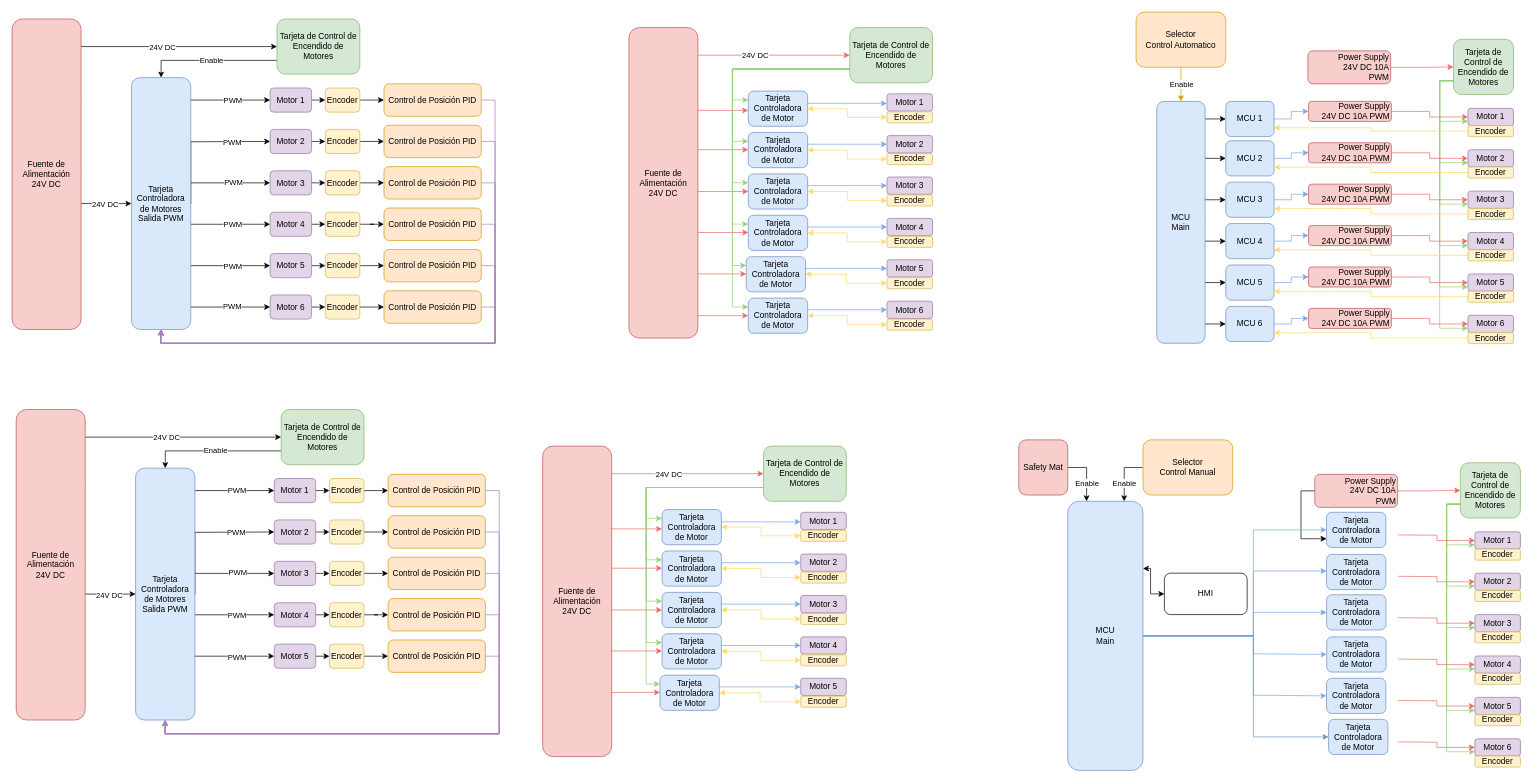
The draw.io diagram MIR/Untitled Diagram.drawio in fgomez1211/Personal, before the edit. Source tidied: cells renumbered, new cells numbered last; positions are measured from the earlier drawing's top-left corner, leaving out a move shared by most shapes. Both pictures are drawn from the tidied source at 69%, with x=0, y=0 at pixel (12, 12).
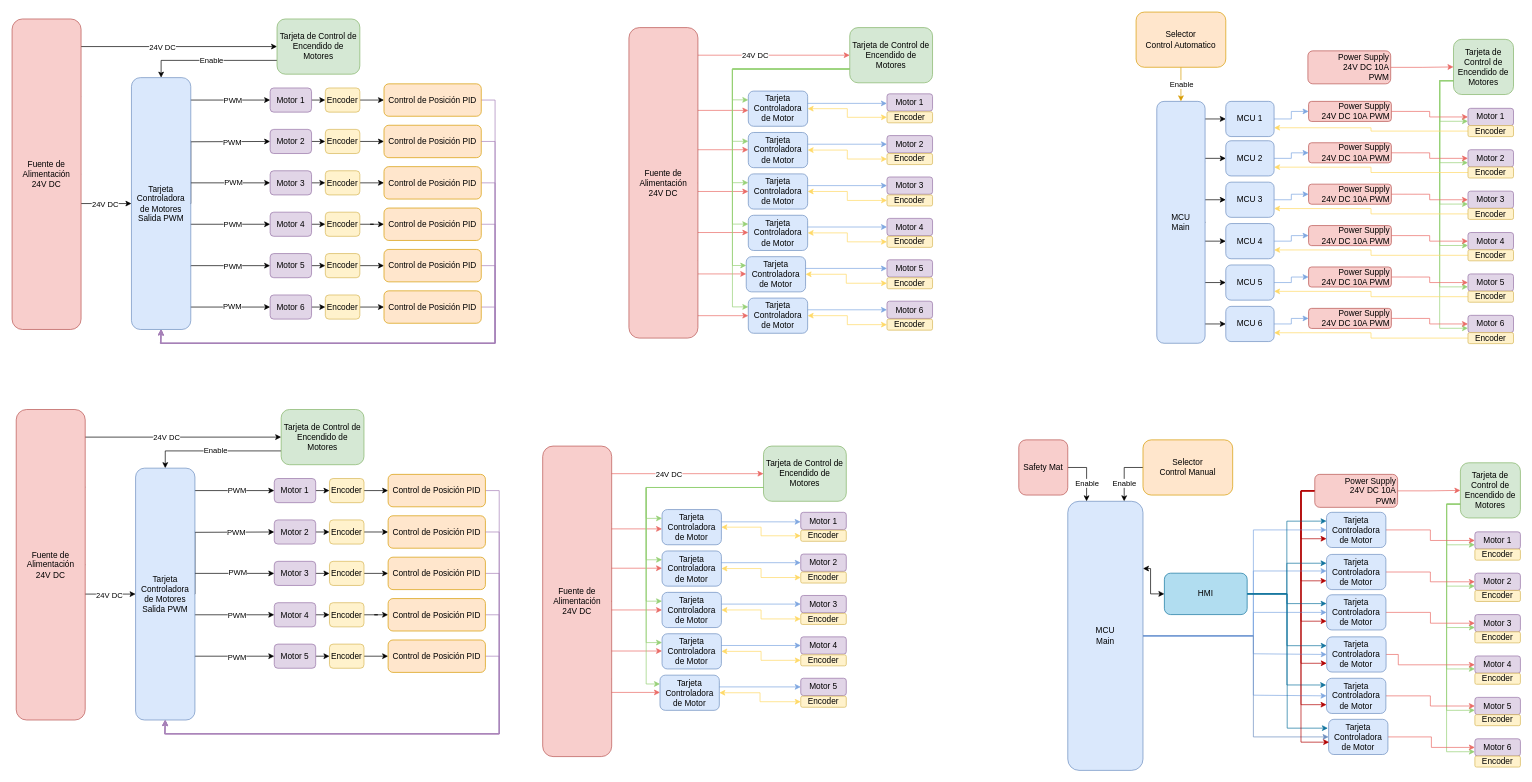
The same diagram, later.

The change refers to these unchanged cells:
```xml
<mxCell id="256" value="Power Supply&lt;br style=&quot;border-color: var(--border-color);&quot;&gt;&lt;span style=&quot;&quot;&gt;24V DC 10A&lt;/span&gt;&lt;br style=&quot;border-color: var(--border-color);&quot;&gt;&lt;span style=&quot;&quot;&gt;PWM&lt;/span&gt;" style="rounded=1;whiteSpace=wrap;html=1;fillColor=#f8cecc;strokeColor=#b85450;align=right;" parent="1" vertex="1">
  <mxGeometry x="1888" y="670" width="120" height="47.8" as="geometry" />
</mxCell>
<mxCell id="264" value="Motor 1" style="rounded=1;whiteSpace=wrap;html=1;fillColor=#e1d5e7;strokeColor=#9673a6;" parent="1" vertex="1">
  <mxGeometry x="2120" y="753.3" width="66" height="25" as="geometry" />
</mxCell>
<mxCell id="266" value="Motor 2" style="rounded=1;whiteSpace=wrap;html=1;fillColor=#e1d5e7;strokeColor=#9673a6;" parent="1" vertex="1">
  <mxGeometry x="2120" y="813.2" width="66" height="25" as="geometry" />
</mxCell>
<mxCell id="268" value="Motor 3" style="rounded=1;whiteSpace=wrap;html=1;fillColor=#e1d5e7;strokeColor=#9673a6;" parent="1" vertex="1">
  <mxGeometry x="2120" y="873.2" width="66" height="25" as="geometry" />
</mxCell>
<mxCell id="270" value="Motor 4" style="rounded=1;whiteSpace=wrap;html=1;fillColor=#e1d5e7;strokeColor=#9673a6;" parent="1" vertex="1">
  <mxGeometry x="2120" y="933.2" width="66" height="25" as="geometry" />
</mxCell>
<mxCell id="272" value="Motor 5" style="rounded=1;whiteSpace=wrap;html=1;fillColor=#e1d5e7;strokeColor=#9673a6;" parent="1" vertex="1">
  <mxGeometry x="2120" y="993.2" width="66" height="25" as="geometry" />
</mxCell>
<mxCell id="274" value="Motor 6" style="rounded=1;whiteSpace=wrap;html=1;fillColor=#e1d5e7;strokeColor=#9673a6;" parent="1" vertex="1">
  <mxGeometry x="2120" y="1053.2" width="66" height="25" as="geometry" />
</mxCell>
<mxCell id="297" value="Tarjeta Controladora de Motor" style="rounded=1;whiteSpace=wrap;html=1;fillColor=#dae8fc;strokeColor=#6c8ebf;" parent="1" vertex="1">
  <mxGeometry x="1905" y="725" width="86" height="51" as="geometry" />
</mxCell>
<mxCell id="298" value="Tarjeta Controladora de Motor" style="rounded=1;whiteSpace=wrap;html=1;fillColor=#dae8fc;strokeColor=#6c8ebf;" parent="1" vertex="1">
  <mxGeometry x="1905" y="786" width="86" height="51" as="geometry" />
</mxCell>
<mxCell id="299" value="Tarjeta Controladora de Motor" style="rounded=1;whiteSpace=wrap;html=1;fillColor=#dae8fc;strokeColor=#6c8ebf;" parent="1" vertex="1">
  <mxGeometry x="1905.1" y="844.5" width="86" height="51" as="geometry" />
</mxCell>
<mxCell id="300" value="Tarjeta Controladora de Motor" style="rounded=1;whiteSpace=wrap;html=1;fillColor=#dae8fc;strokeColor=#6c8ebf;" parent="1" vertex="1">
  <mxGeometry x="1905.3" y="905.5" width="86" height="51" as="geometry" />
</mxCell>
<mxCell id="301" value="Tarjeta Controladora de Motor" style="rounded=1;whiteSpace=wrap;html=1;fillColor=#dae8fc;strokeColor=#6c8ebf;" parent="1" vertex="1">
  <mxGeometry x="1905" y="965.5" width="86" height="51" as="geometry" />
</mxCell>
<mxCell id="302" value="Tarjeta Controladora de Motor" style="rounded=1;whiteSpace=wrap;html=1;fillColor=#dae8fc;strokeColor=#6c8ebf;" parent="1" vertex="1">
  <mxGeometry x="1908" y="1025" width="86" height="51" as="geometry" />
</mxCell>
```

What changed in the source:
```diff
@@
-    <mxCell id="255" style="edgeStyle=orthogonalEdgeStyle;rounded=0;jettySize=auto;html=1;exitX=0;exitY=0.5;exitDx=0;exitDy=0;entryX=0;entryY=0.75;entryDx=0;entryDy=0;" parent="1" edge="1" source="256" target="297">
+    <mxCell id="255" style="edgeStyle=orthogonalEdgeStyle;rounded=0;jettySize=auto;html=1;exitX=0;exitY=0.5;exitDx=0;exitDy=0;entryX=0;entryY=0.75;entryDx=0;entryDy=0;fillColor=#e51400;strokeColor=#B20000;" parent="1" edge="1" source="256" target="297">
       <mxGeometry relative="1" as="geometry" />
     </mxCell>
+    <mxCell id="303" style="edgeStyle=orthogonalEdgeStyle;rounded=0;jettySize=auto;html=1;exitX=0;exitY=0.5;exitDx=0;exitDy=0;entryX=0;entryY=0.75;entryDx=0;entryDy=0;fillColor=#e51400;strokeColor=#B20000;" parent="1" edge="1" source="256" target="298">
+      <mxGeometry relative="1" as="geometry" />
+    </mxCell>
+    <mxCell id="304" style="edgeStyle=orthogonalEdgeStyle;rounded=0;jettySize=auto;html=1;exitX=0;exitY=0.5;exitDx=0;exitDy=0;entryX=0;entryY=0.75;entryDx=0;entryDy=0;fillColor=#e51400;strokeColor=#B20000;" parent="1" edge="1" source="256" target="299">
+      <mxGeometry relative="1" as="geometry" />
+    </mxCell>
+    <mxCell id="305" style="edgeStyle=orthogonalEdgeStyle;rounded=0;jettySize=auto;html=1;exitX=0;exitY=0.5;exitDx=0;exitDy=0;entryX=0;entryY=0.75;entryDx=0;entryDy=0;fillColor=#e51400;strokeColor=#B20000;" parent="1" edge="1" source="256" target="300">
+      <mxGeometry relative="1" as="geometry" />
+    </mxCell>
+    <mxCell id="306" style="edgeStyle=orthogonalEdgeStyle;rounded=0;jettySize=auto;html=1;exitX=0;exitY=0.5;exitDx=0;exitDy=0;entryX=0;entryY=0.75;entryDx=0;entryDy=0;fillColor=#e51400;strokeColor=#B20000;" parent="1" edge="1" source="256" target="301">
+      <mxGeometry relative="1" as="geometry" />
+    </mxCell>
@@
-    <mxCell id="276" style="edgeStyle=orthogonalEdgeStyle;rounded=0;jettySize=auto;html=1;exitX=1;exitY=0.5;exitDx=0;exitDy=0;strokeColor=#EA6B66;" parent="1" edge="1" target="264">
-      <mxGeometry relative="1" as="geometry">
-        <mxPoint x="2009" y="757.7" as="sourcePoint" />
-      </mxGeometry>
+    <mxCell id="276" style="edgeStyle=orthogonalEdgeStyle;rounded=0;jettySize=auto;html=1;exitX=1;exitY=0.5;exitDx=0;exitDy=0;strokeColor=#EA6B66;" parent="1" edge="1" source="297" target="264">
+      <mxGeometry relative="1" as="geometry" />
     </mxCell>
-    <mxCell id="277" style="edgeStyle=orthogonalEdgeStyle;rounded=0;jettySize=auto;html=1;exitX=1;exitY=0.5;exitDx=0;exitDy=0;entryX=0;entryY=0.5;entryDx=0;entryDy=0;strokeColor=#EA6B66;" parent="1" edge="1" target="266">
-      <mxGeometry relative="1" as="geometry">
-        <mxPoint x="2009" y="817.7" as="sourcePoint" />
-      </mxGeometry>
+    <mxCell id="277" style="edgeStyle=orthogonalEdgeStyle;rounded=0;jettySize=auto;html=1;exitX=1;exitY=0.5;exitDx=0;exitDy=0;entryX=0;entryY=0.5;entryDx=0;entryDy=0;strokeColor=#EA6B66;" parent="1" edge="1" source="298" target="266">
+      <mxGeometry relative="1" as="geometry" />
     </mxCell>
-    <mxCell id="278" style="edgeStyle=orthogonalEdgeStyle;rounded=0;jettySize=auto;html=1;exitX=1;exitY=0.5;exitDx=0;exitDy=0;entryX=0;entryY=0.5;entryDx=0;entryDy=0;strokeColor=#EA6B66;" parent="1" edge="1" target="268">
-      <mxGeometry relative="1" as="geometry">
-        <mxPoint x="2009" y="877.7" as="sourcePoint" />
-      </mxGeometry>
+    <mxCell id="278" style="edgeStyle=orthogonalEdgeStyle;rounded=0;jettySize=auto;html=1;exitX=1;exitY=0.5;exitDx=0;exitDy=0;entryX=0;entryY=0.5;entryDx=0;entryDy=0;strokeColor=#EA6B66;" parent="1" edge="1" source="299" target="268">
+      <mxGeometry relative="1" as="geometry" />
     </mxCell>
-    <mxCell id="279" style="edgeStyle=orthogonalEdgeStyle;rounded=0;jettySize=auto;html=1;exitX=1;exitY=0.5;exitDx=0;exitDy=0;strokeColor=#EA6B66;" parent="1" edge="1" target="270">
+    <mxCell id="279" style="edgeStyle=orthogonalEdgeStyle;rounded=0;jettySize=auto;html=1;exitX=1;exitY=0.5;exitDx=0;exitDy=0;strokeColor=#EA6B66;" parent="1" edge="1" source="300" target="270">
       <mxGeometry relative="1" as="geometry">
-        <mxPoint x="2009" y="937.7" as="sourcePoint" />
+        <Array as="points">
+          <mxPoint x="2009" y="931" />
+          <mxPoint x="2009" y="946" />
+        </Array>
       </mxGeometry>
     </mxCell>
-    <mxCell id="280" style="edgeStyle=orthogonalEdgeStyle;rounded=0;jettySize=auto;html=1;exitX=1;exitY=0.5;exitDx=0;exitDy=0;entryX=0;entryY=0.5;entryDx=0;entryDy=0;strokeColor=#EA6B66;" parent="1" edge="1" target="272">
-      <mxGeometry relative="1" as="geometry">
-        <mxPoint x="2009" y="997.7" as="sourcePoint" />
-      </mxGeometry>
+    <mxCell id="280" style="edgeStyle=orthogonalEdgeStyle;rounded=0;jettySize=auto;html=1;exitX=1;exitY=0.5;exitDx=0;exitDy=0;entryX=0;entryY=0.5;entryDx=0;entryDy=0;strokeColor=#EA6B66;" parent="1" edge="1" source="301" target="272">
+      <mxGeometry relative="1" as="geometry" />
     </mxCell>
-    <mxCell id="281" style="edgeStyle=orthogonalEdgeStyle;rounded=0;jettySize=auto;html=1;exitX=1;exitY=0.5;exitDx=0;exitDy=0;entryX=0;entryY=0.5;entryDx=0;entryDy=0;strokeColor=#EA6B66;" parent="1" edge="1" target="274">
-      <mxGeometry relative="1" as="geometry">
-        <mxPoint x="2009" y="1057.7" as="sourcePoint" />
-      </mxGeometry>
+    <mxCell id="281" style="edgeStyle=orthogonalEdgeStyle;rounded=0;jettySize=auto;html=1;exitX=1;exitY=0.5;exitDx=0;exitDy=0;entryX=0;entryY=0.5;entryDx=0;entryDy=0;strokeColor=#EA6B66;" parent="1" edge="1" source="302" target="274">
+      <mxGeometry relative="1" as="geometry" />
     </mxCell>
@@
+    <mxCell id="307" style="edgeStyle=orthogonalEdgeStyle;rounded=0;jettySize=auto;html=1;exitX=1;exitY=0.5;exitDx=0;exitDy=0;entryX=0;entryY=0.25;entryDx=0;entryDy=0;fillColor=#b1ddf0;strokeColor=#10739e;" parent="1" edge="1" source="296" target="297">
+      <mxGeometry relative="1" as="geometry" />
+    </mxCell>
+    <mxCell id="308" style="edgeStyle=orthogonalEdgeStyle;rounded=0;jettySize=auto;html=1;exitX=1;exitY=0.5;exitDx=0;exitDy=0;entryX=0;entryY=0.25;entryDx=0;entryDy=0;fillColor=#b1ddf0;strokeColor=#10739e;" parent="1" edge="1" source="296" target="298">
+      <mxGeometry relative="1" as="geometry" />
+    </mxCell>
+    <mxCell id="309" style="edgeStyle=orthogonalEdgeStyle;rounded=0;jettySize=auto;html=1;exitX=1;exitY=0.5;exitDx=0;exitDy=0;entryX=0;entryY=0.25;entryDx=0;entryDy=0;fillColor=#b1ddf0;strokeColor=#10739e;" parent="1" edge="1" source="296" target="299">
+      <mxGeometry relative="1" as="geometry" />
+    </mxCell>
+    <mxCell id="310" style="edgeStyle=orthogonalEdgeStyle;rounded=0;jettySize=auto;html=1;exitX=1;exitY=0.5;exitDx=0;exitDy=0;entryX=0;entryY=0.25;entryDx=0;entryDy=0;fillColor=#b1ddf0;strokeColor=#10739e;" parent="1" edge="1" source="296" target="300">
+      <mxGeometry relative="1" as="geometry" />
+    </mxCell>
+    <mxCell id="311" style="edgeStyle=orthogonalEdgeStyle;rounded=0;orthogonalLoop=1;jettySize=auto;html=1;exitX=1;exitY=0.5;exitDx=0;exitDy=0;entryX=0;entryY=0.25;entryDx=0;entryDy=0;fillColor=#b1ddf0;strokeColor=#10739e;" parent="1" edge="1">
+      <mxGeometry relative="1" as="geometry">
+        <mxPoint x="1789" y="843.2" as="sourcePoint" />
+        <mxPoint x="1907" y="1037.8" as="targetPoint" />
+        <Array as="points">
+          <mxPoint x="1848" y="843" />
+          <mxPoint x="1848" y="1038" />
+        </Array>
+      </mxGeometry>
+    </mxCell>
-    <mxCell id="296" value="HMI" style="rounded=1;whiteSpace=wrap;html=1;" parent="1" vertex="1">
+    <mxCell id="296" value="HMI" style="rounded=1;whiteSpace=wrap;html=1;fillColor=#b1ddf0;strokeColor=#10739e;" parent="1" vertex="1">
       <mxGeometry x="1670" y="813.2" width="120" height="60" as="geometry" />
     </mxCell>
@@
+    <mxCell id="312" style="edgeStyle=orthogonalEdgeStyle;rounded=0;jettySize=auto;html=1;exitX=1;exitY=0.5;exitDx=0;exitDy=0;entryX=-0.006;entryY=0.191;entryDx=0;entryDy=0;entryPerimeter=0;fillColor=#b1ddf0;strokeColor=#10739e;" parent="1" edge="1" source="296" target="301">
+      <mxGeometry relative="1" as="geometry" />
+    </mxCell>
+    <mxCell id="313" style="edgeStyle=orthogonalEdgeStyle;rounded=0;jettySize=auto;html=1;exitX=0;exitY=0.5;exitDx=0;exitDy=0;entryX=0.009;entryY=0.649;entryDx=0;entryDy=0;entryPerimeter=0;fillColor=#e51400;strokeColor=#B20000;" parent="1" edge="1" source="256" target="302">
+      <mxGeometry relative="1" as="geometry" />
+    </mxCell>
```
